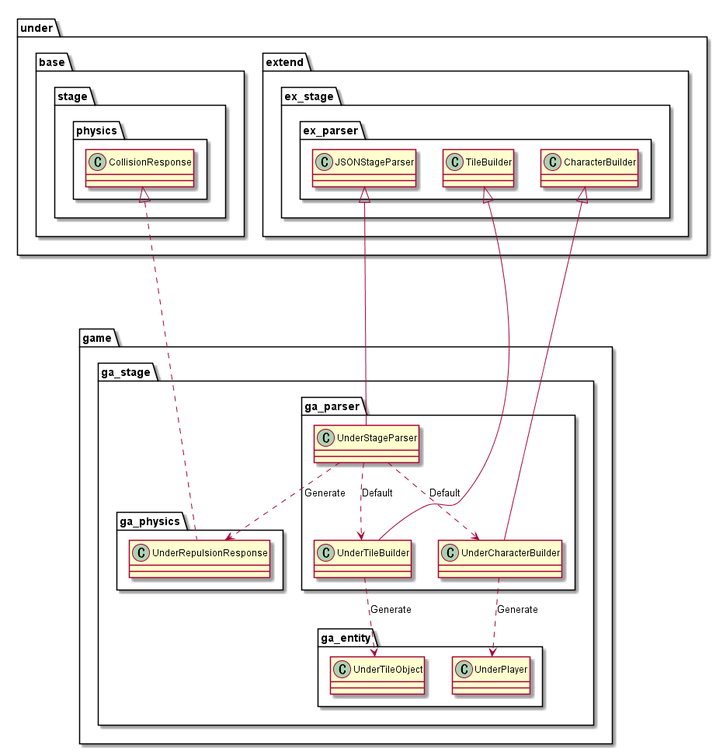
Earlier version of the PlantUML export out/uml/stage/Game/StageGame.png (Expine/Under).
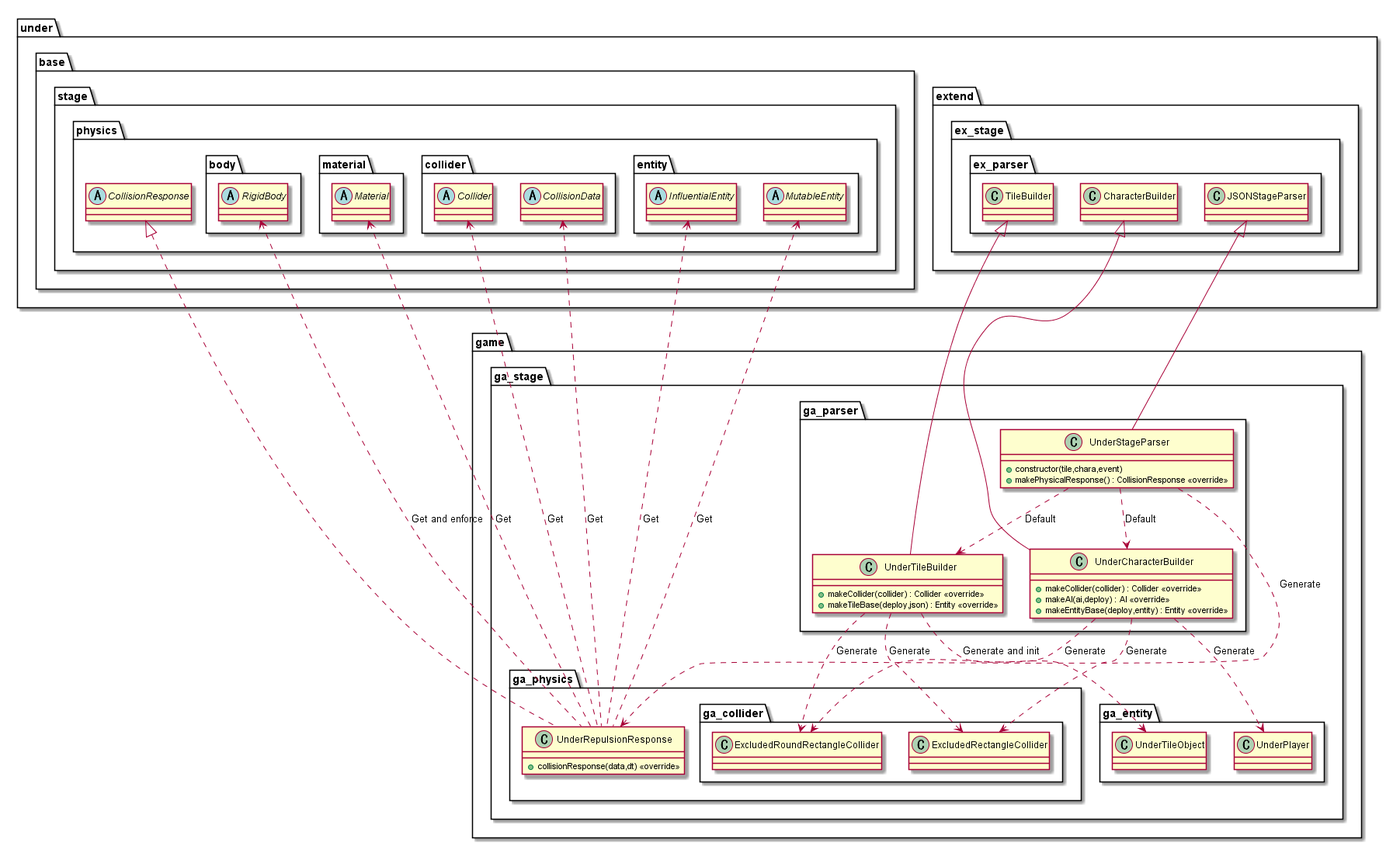
After the change.

Diff of the diagram source:
```diff
@@ -3,13 +3,25 @@
 package game {
     package ga_stage {
         package ga_parser {
-            class UnderStageParser
-            class UnderTileBuilder
-            class UnderCharacterBuilder
+            class UnderStageParser {
+                +constructor(tile,chara,event)
+                +makePhysicalResponse() : CollisionResponse <<override>>
+            }
+            class UnderTileBuilder {
+                +makeCollider(collider) : Collider <<override>>
+                +makeTileBase(deploy,json) : Entity <<override>>
+            }
+            class UnderCharacterBuilder {
+                +makeCollider(collider) : Collider <<override>>
+                +makeAI(ai,deploy) : AI <<override>>
+                +makeEntityBase(deploy,entity) : Entity <<override>>
+            }
         }
 
         package ga_physics {
-            class UnderRepulsionResponse
+            class UnderRepulsionResponse {
+                +collisionResponse(data,dt) <<override>>
+            }
         }
     }
 }
@@ -20,6 +32,12 @@
             class UnderTileObject
             class UnderPlayer
         }
+        package ga_physics {
+            package ga_collider {
+                class ExcludedRectangleCollider
+                class ExcludedRoundRectangleCollider
+            }
+        }
     }
 }
 
@@ -27,7 +45,21 @@
     package base {
         package stage {
             package physics {
-                class CollisionResponse
+                abstract CollisionResponse
+                package body {
+                    abstract RigidBody
+                }
+                package material {
+                    abstract Material
+                }
+                package collider {
+                    abstract Collider
+                    abstract CollisionData
+                }
+                package entity {
+                    abstract InfluentialEntity
+                    abstract MutableEntity
+                }
             }
         }
     }
@@ -42,11 +74,24 @@
     }
 }
 
-UnderStageParser ..> UnderTileBuilder : "Default"
-UnderStageParser ..> UnderCharacterBuilder : "Default"
-UnderStageParser ..> UnderRepulsionResponse : "Generate"
-UnderTileBuilder ..> UnderTileObject : Generate
+UnderStageParser ..> UnderTileBuilder : Default
+UnderStageParser ..> UnderCharacterBuilder : Default
+UnderStageParser ..> UnderRepulsionResponse : Generate
+
+UnderTileBuilder ..> UnderTileObject : Generate and init
+UnderTileBuilder ..> ExcludedRectangleCollider : Generate
+UnderTileBuilder ..> ExcludedRoundRectangleCollider : Generate
+
 UnderCharacterBuilder ..> UnderPlayer : Generate
+UnderCharacterBuilder ..> ExcludedRectangleCollider : Generate
+UnderCharacterBuilder ..> ExcludedRoundRectangleCollider : Generate
+
+RigidBody <.. UnderRepulsionResponse : Get and enforce
+Material <.. UnderRepulsionResponse : Get
+Collider <.. UnderRepulsionResponse : Get
+InfluentialEntity <.. UnderRepulsionResponse : Get
+MutableEntity <.. UnderRepulsionResponse : Get
+CollisionData <.. UnderRepulsionResponse : Get
 
 JSONStageParser <|-- UnderStageParser
 TileBuilder <|-- UnderTileBuilder
```
